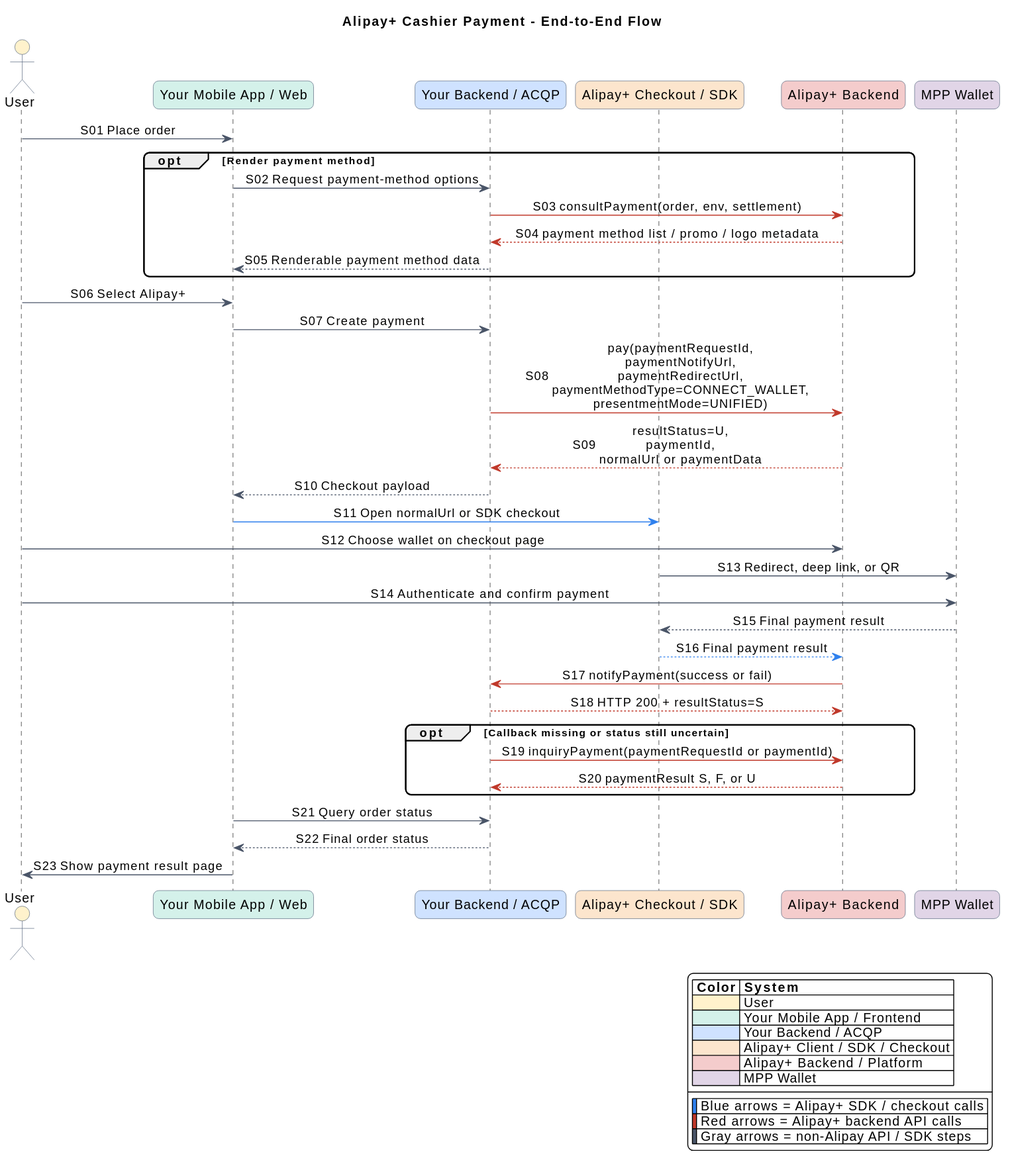
Earlier version of the PlantUML export report/diagrams/payment-flow.svg (zixuniaowu/alipayplus-acqp-showcase). Source of this version:
```plantuml
@startuml
title Alipay+ Cashier Payment - End-to-End Flow
skinparam backgroundColor white
skinparam shadowing false
skinparam sequenceMessageAlign center
skinparam roundcorner 12
skinparam ArrowColor #4A5568
skinparam ParticipantBorderColor #5B6B82
skinparam ActorBorderColor #5B6B82

legend right
|= Color |= System |
|<#FFF2CC>| User |
|<#D4F1EA>| Your Mobile App / Frontend |
|<#CFE2FF>| Your Backend / ACQP |
|<#FCE5CD>| Alipay+ Client / SDK / Checkout |
|<#F4CCCC>| Alipay+ Backend / Platform |
|<#E1D5E7>| MPP Wallet |
----
|<#2F80ED>| Blue arrows = Alipay+ SDK / checkout calls |
|<#C0392B>| Red arrows = Alipay+ backend API calls |
|<#4A5568>| Gray arrows = non-Alipay API / SDK steps |
endlegend

actor User #FFF2CC
participant "Your Mobile App / Web" as Client #D4F1EA
participant "Your Backend / ACQP" as ACQP #CFE2FF
participant "Alipay+ Checkout / SDK" as APC #FCE5CD
participant "Alipay+ Backend" as AP #F4CCCC
participant "MPP Wallet" as MPP #E1D5E7

autonumber "S00"

User -> Client: Place order
opt Render payment method
  Client -> ACQP: Request payment-method options
  ACQP -[#C0392B]> AP: consultPayment(order, env, settlement)
  AP -[#C0392B]--> ACQP: payment method list / promo / logo metadata
  ACQP --> Client: Renderable payment method data
end
User -> Client: Select Alipay+
Client -> ACQP: Create payment
ACQP -[#C0392B]> AP: pay(paymentRequestId,\npaymentNotifyUrl,\npaymentRedirectUrl,\npaymentMethodType=CONNECT_WALLET,\npresentmentMode=UNIFIED)
AP -[#C0392B]--> ACQP: resultStatus=U,\npaymentId,\nnormalUrl or paymentData
ACQP --> Client: Checkout payload
Client -[#2F80ED]> APC: Open normalUrl or SDK checkout
User -> AP: Choose wallet on checkout page
APC -> MPP: Redirect, deep link, or QR
User -> MPP: Authenticate and confirm payment
MPP --> APC: Final payment result
APC -[#2F80ED]--> AP: Final payment result
AP -[#C0392B]> ACQP: notifyPayment(success or fail)
ACQP -[#C0392B]--> AP: HTTP 200 + resultStatus=S

opt Callback missing or status still uncertain
  ACQP -[#C0392B]> AP: inquiryPayment(paymentRequestId or paymentId)
  AP -[#C0392B]--> ACQP: paymentResult S, F, or U
end

Client -> ACQP: Query order status
ACQP --> Client: Final order status
Client -> User: Show payment result page
@enduml
```
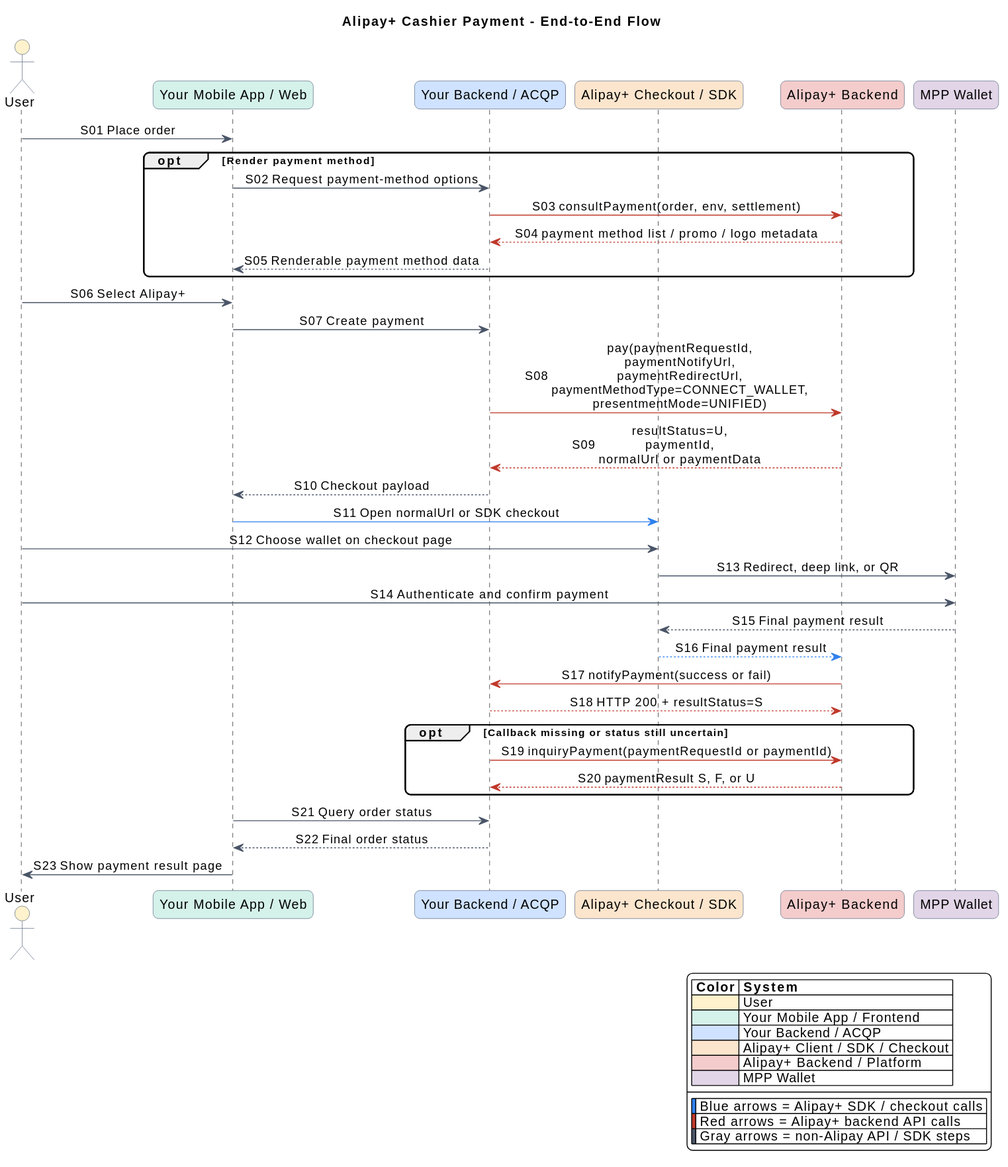
After the commit.

Commit message:
fix: tighten sequence mapping references

Change to the diagram source:
```diff
@@ -44,7 +44,7 @@
 AP -[#C0392B]--> ACQP: resultStatus=U,\npaymentId,\nnormalUrl or paymentData
 ACQP --> Client: Checkout payload
 Client -[#2F80ED]> APC: Open normalUrl or SDK checkout
-User -> AP: Choose wallet on checkout page
+User -> APC: Choose wallet on checkout page
 APC -> MPP: Redirect, deep link, or QR
 User -> MPP: Authenticate and confirm payment
 MPP --> APC: Final payment result
```
